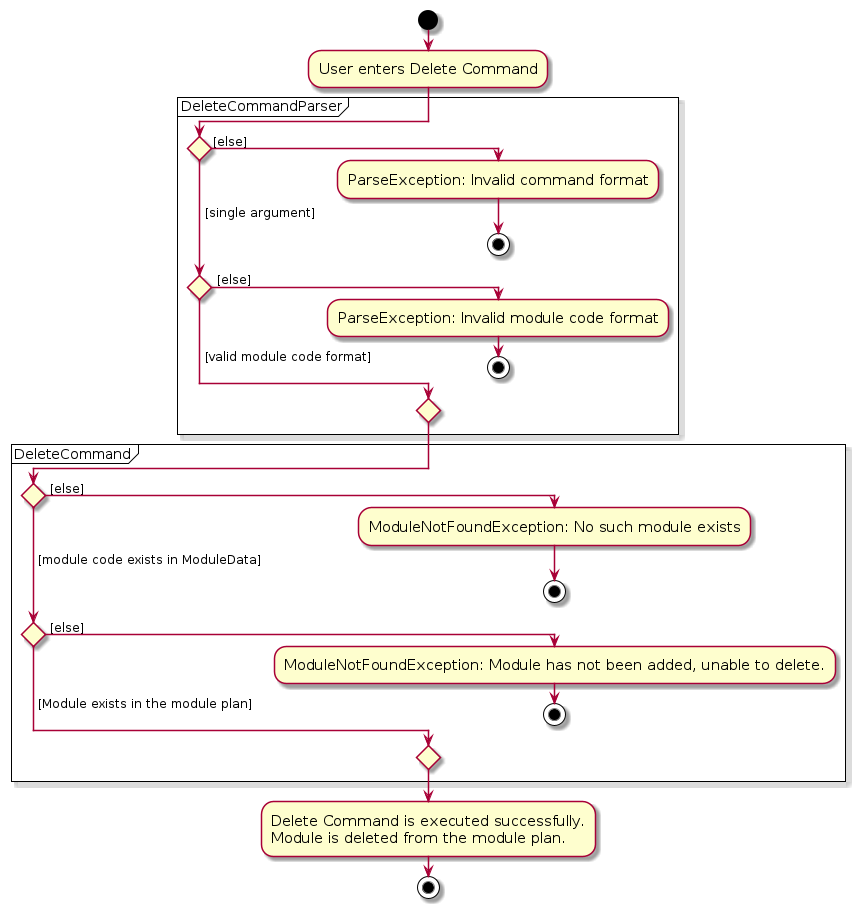
This is diagrams/DeleteCommandActivityDiagram.png from ji-just-ji/tp, a PlantUML export, as it was before one commit. Its source is kept beside it as diagrams/DeleteCommandActivityDiagram.puml. The source it was exported from:
```plantuml
@startuml
skin rose
skinparam ActivityFontSize 15
skinparam ArrowFontSize 12
!pragma useVerticalIf on
start
:User enters Delete Command;

partition DeleteCommandParser {

if () then ([else])
    :ParseException: Invalid command format;
    stop
( [single argument]) elseif () then ( [else])
    :ParseException: Invalid module code format;
    stop
else ( [valid module code format])

endif
}

partition DeleteCommand {

if () then ( [else])
    :ModuleNotFoundException: No such module exists;
    stop
( [module code exists in ModuleData]) elseif () then ( [else])
    :ModuleNotFoundException: Module has not been added, unable to delete.;
    stop
else ( [Module exists in the module plan])

endif
}

:Delete Command is executed successfully.
Module is deleted from the module plan.;

stop

@enduml
```
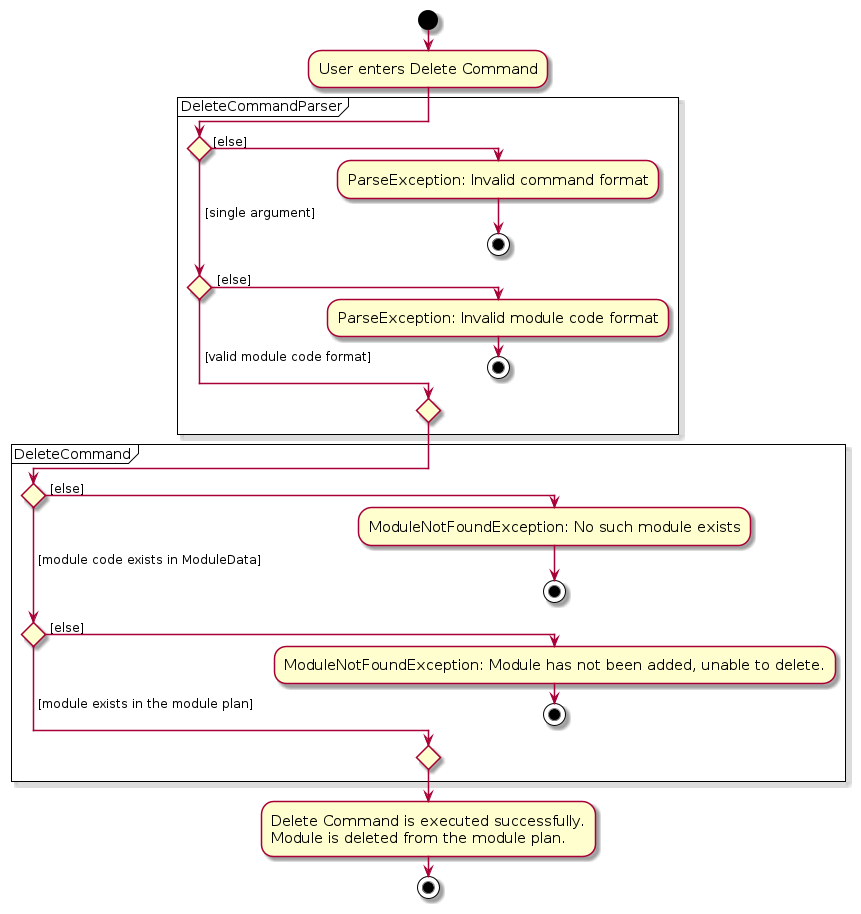
After the change.

What changed in the source:
```diff
@@ -27,7 +27,7 @@
 ( [module code exists in ModuleData]) elseif () then ( [else])
     :ModuleNotFoundException: Module has not been added, unable to delete.;
     stop
-else ( [Module exists in the module plan])
+else ( [module exists in the module plan])
 
 endif
 }
```
